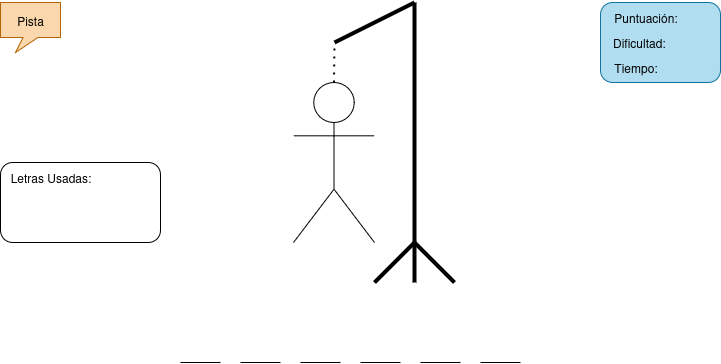
This is img/mock.png from eduardosmoralesglez/PHP_Proyect_Ahorcado, a draw.io export, as it was before one commit. Source tidied: cells renumbered, new cells last; positions are measured from the earlier drawing's top-left corner, leaving out a move shared by most shapes. The source it was exported from:
```xml
<mxGraphModel>
  <root>
    <mxCell id="0" />
    <mxCell id="1" parent="0" />
    <mxCell id="2" style="endArrow=none;html=1;rounded=0;" parent="1" edge="1">
      <mxGeometry relative="1" as="geometry">
        <mxPoint x="240" y="360" as="sourcePoint" />
        <mxPoint x="280" y="360" as="targetPoint" />
      </mxGeometry>
    </mxCell>
    <mxCell id="3" style="endArrow=none;html=1;rounded=0;" parent="1" edge="1">
      <mxGeometry relative="1" as="geometry">
        <mxPoint x="300" y="360" as="sourcePoint" />
        <mxPoint x="340" y="360" as="targetPoint" />
      </mxGeometry>
    </mxCell>
    <mxCell id="4" style="endArrow=none;html=1;rounded=0;" parent="1" edge="1">
      <mxGeometry relative="1" as="geometry">
        <mxPoint x="360" y="360" as="sourcePoint" />
        <mxPoint x="400" y="360" as="targetPoint" />
      </mxGeometry>
    </mxCell>
    <mxCell id="5" style="endArrow=none;html=1;rounded=0;" parent="1" edge="1">
      <mxGeometry relative="1" as="geometry">
        <mxPoint x="420" y="360" as="sourcePoint" />
        <mxPoint x="460" y="360" as="targetPoint" />
      </mxGeometry>
    </mxCell>
    <mxCell id="6" style="endArrow=none;html=1;rounded=0;" parent="1" edge="1">
      <mxGeometry relative="1" as="geometry">
        <mxPoint x="480" y="360" as="sourcePoint" />
        <mxPoint x="520" y="360" as="targetPoint" />
      </mxGeometry>
    </mxCell>
    <mxCell id="7" style="group;" parent="1" vertex="1">
      <mxGeometry x="293" width="161" height="280" as="geometry" />
    </mxCell>
    <mxCell id="8" style="shape=umlActor;verticalLabelPosition=bottom;verticalAlign=top;html=1;outlineConnect=0;" parent="7" vertex="1">
      <mxGeometry y="80" width="81" height="160" as="geometry" />
    </mxCell>
    <mxCell id="9" style="endArrow=none;html=1;rounded=0;strokeWidth=4;" parent="7" edge="1">
      <mxGeometry relative="1" as="geometry">
        <mxPoint x="41" y="40" as="sourcePoint" />
        <mxPoint x="121" as="targetPoint" />
      </mxGeometry>
    </mxCell>
    <mxCell id="10" style="endArrow=none;dashed=1;html=1;dashPattern=1 3;strokeWidth=2;rounded=0;exitX=0.5;exitY=0;exitDx=0;exitDy=0;exitPerimeter=0;" parent="7" edge="1" source="8">
      <mxGeometry relative="1" as="geometry">
        <mxPoint x="41" y="40" as="targetPoint" />
      </mxGeometry>
    </mxCell>
    <mxCell id="11" style="endArrow=none;html=1;rounded=0;strokeWidth=4;" parent="7" edge="1">
      <mxGeometry relative="1" as="geometry">
        <mxPoint x="121" y="240" as="sourcePoint" />
        <mxPoint x="121" as="targetPoint" />
      </mxGeometry>
    </mxCell>
    <mxCell id="12" style="endArrow=none;html=1;rounded=0;strokeWidth=4;" parent="7" edge="1">
      <mxGeometry relative="1" as="geometry">
        <mxPoint x="81" y="280" as="sourcePoint" />
        <mxPoint x="121" y="240" as="targetPoint" />
      </mxGeometry>
    </mxCell>
    <mxCell id="13" style="endArrow=none;html=1;rounded=0;strokeWidth=4;" parent="7" edge="1">
      <mxGeometry relative="1" as="geometry">
        <mxPoint x="121" y="280" as="sourcePoint" />
        <mxPoint x="121" y="240" as="targetPoint" />
      </mxGeometry>
    </mxCell>
    <mxCell id="14" style="endArrow=none;html=1;rounded=0;strokeWidth=4;" parent="7" edge="1">
      <mxGeometry relative="1" as="geometry">
        <mxPoint x="121" y="240" as="sourcePoint" />
        <mxPoint x="161" y="280" as="targetPoint" />
      </mxGeometry>
    </mxCell>
    <mxCell id="15" style="group;" parent="1" vertex="1">
      <mxGeometry x="600" width="120" height="80" as="geometry" />
    </mxCell>
    <mxCell id="16" style="rounded=1;whiteSpace=wrap;html=1;fillColor=#b1ddf0;strokeColor=#10739e;" parent="15" vertex="1">
      <mxGeometry width="120" height="80" as="geometry" />
    </mxCell>
    <mxCell id="17" value="Puntuación:" style="text;html=1;align=center;verticalAlign=middle;strokeColor=none;fillColor=none;" parent="15" vertex="1">
      <mxGeometry width="90" height="30" as="geometry" />
    </mxCell>
    <mxCell id="18" value="Dificultad:&amp;nbsp;" style="text;html=1;align=center;verticalAlign=middle;strokeColor=none;fillColor=none;" parent="15" vertex="1">
      <mxGeometry y="25" width="80" height="30" as="geometry" />
    </mxCell>
    <mxCell id="19" value="Tiempo:" style="text;html=1;align=center;verticalAlign=middle;strokeColor=none;fillColor=none;" parent="15" vertex="1">
      <mxGeometry y="50" width="70" height="30" as="geometry" />
    </mxCell>
    <mxCell id="20" style="endArrow=none;html=1;rounded=0;" parent="1" edge="1">
      <mxGeometry relative="1" as="geometry">
        <mxPoint x="180" y="360" as="sourcePoint" />
        <mxPoint x="220" y="360" as="targetPoint" />
      </mxGeometry>
    </mxCell>
    <mxCell id="21" value="Pista" style="whiteSpace=wrap;html=1;shape=mxgraph.basic.rectCallout;dx=30;dy=15;boundedLbl=1;fillColor=#fad7ac;strokeColor=#b46504;" parent="1" vertex="1">
      <mxGeometry width="60" height="50" as="geometry" />
    </mxCell>
    <mxCell id="22" style="rounded=1;whiteSpace=wrap;html=1;" parent="1" vertex="1">
      <mxGeometry y="160" width="160" height="80" as="geometry" />
    </mxCell>
    <mxCell id="23" value="Letras Usadas:" style="text;html=1;align=center;verticalAlign=middle;strokeColor=none;fillColor=none;" parent="1" vertex="1">
      <mxGeometry y="160" width="100" height="30" as="geometry" />
    </mxCell>
  </root>
</mxGraphModel>
```
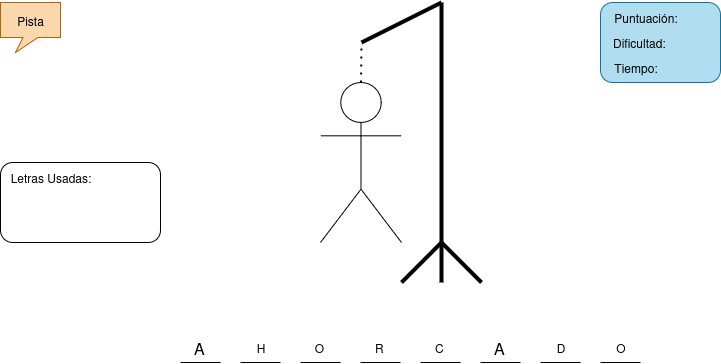
The same diagram one commit later.

The edit, as a diff of the source:
```diff
@@ -33,7 +33,7 @@
       </mxGeometry>
     </mxCell>
     <mxCell id="7" style="group;" parent="1" vertex="1">
-      <mxGeometry x="293" width="161" height="280" as="geometry" />
+      <mxGeometry x="320" width="161" height="280" as="geometry" />
     </mxCell>
     <mxCell id="8" style="shape=umlActor;verticalLabelPosition=bottom;verticalAlign=top;html=1;outlineConnect=0;" parent="7" vertex="1">
       <mxGeometry y="80" width="81" height="160" as="geometry" />
@@ -103,5 +103,41 @@
     <mxCell id="23" value="Letras Usadas:" style="text;html=1;align=center;verticalAlign=middle;strokeColor=none;fillColor=none;" parent="1" vertex="1">
       <mxGeometry y="160" width="100" height="30" as="geometry" />
     </mxCell>
+    <mxCell id="24" value="&lt;font style=&quot;font-size: 16px;&quot;&gt;A&lt;/font&gt;&amp;nbsp;" style="text;html=1;align=center;verticalAlign=middle;strokeColor=none;fillColor=none;" parent="1" vertex="1">
+      <mxGeometry x="180" y="330" width="40" height="30" as="geometry" />
+    </mxCell>
+    <mxCell id="25" value="&lt;font style=&quot;font-size: 16px;&quot;&gt;A&lt;/font&gt;&amp;nbsp;" style="text;html=1;align=center;verticalAlign=middle;strokeColor=none;fillColor=none;" parent="1" vertex="1">
+      <mxGeometry x="480" y="330" width="40" height="30" as="geometry" />
+    </mxCell>
+    <mxCell id="26" style="endArrow=none;html=1;rounded=0;" parent="1" edge="1">
+      <mxGeometry relative="1" as="geometry">
+        <mxPoint x="540" y="360" as="sourcePoint" />
+        <mxPoint x="580" y="360" as="targetPoint" />
+      </mxGeometry>
+    </mxCell>
+    <mxCell id="27" style="endArrow=none;html=1;rounded=0;" parent="1" edge="1">
+      <mxGeometry relative="1" as="geometry">
+        <mxPoint x="600" y="360" as="sourcePoint" />
+        <mxPoint x="640" y="360" as="targetPoint" />
+      </mxGeometry>
+    </mxCell>
+    <mxCell id="28" value="H" style="text;html=1;align=center;verticalAlign=middle;strokeColor=none;fillColor=none;" parent="1" vertex="1">
+      <mxGeometry x="245" y="330" width="30" height="30" as="geometry" />
+    </mxCell>
+    <mxCell id="29" value="O&amp;nbsp;" style="text;html=1;align=center;verticalAlign=middle;strokeColor=none;fillColor=none;" parent="1" vertex="1">
+      <mxGeometry x="300" y="330" width="40" height="30" as="geometry" />
+    </mxCell>
+    <mxCell id="30" value="R&amp;nbsp;" style="text;html=1;align=center;verticalAlign=middle;strokeColor=none;fillColor=none;" parent="1" vertex="1">
+      <mxGeometry x="360" y="330" width="40" height="30" as="geometry" />
+    </mxCell>
+    <mxCell id="31" value="C&amp;nbsp;" style="text;html=1;align=center;verticalAlign=middle;strokeColor=none;fillColor=none;" parent="1" vertex="1">
+      <mxGeometry x="420" y="330" width="40" height="30" as="geometry" />
+    </mxCell>
+    <mxCell id="32" value="D" style="text;html=1;align=center;verticalAlign=middle;strokeColor=none;fillColor=none;" parent="1" vertex="1">
+      <mxGeometry x="545" y="330" width="30" height="30" as="geometry" />
+    </mxCell>
+    <mxCell id="33" value="O" style="text;html=1;align=center;verticalAlign=middle;strokeColor=none;fillColor=none;" parent="1" vertex="1">
+      <mxGeometry x="605" y="330" width="30" height="30" as="geometry" />
+    </mxCell>
   </root>
 </mxGraphModel>
```
